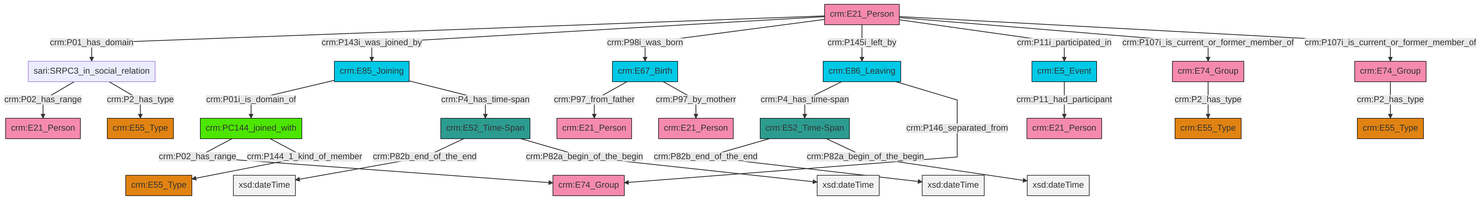
Before: et/personCSV/ttl/mmd/png/Person_Actor_Relations.png, a diagram exported from Mermaid (swiss-art-research-net/docs.swissartresearch). Its source is kept beside it as et/personCSV/ttl/mmd/Person_Actor_Relations.ttl.mmd.
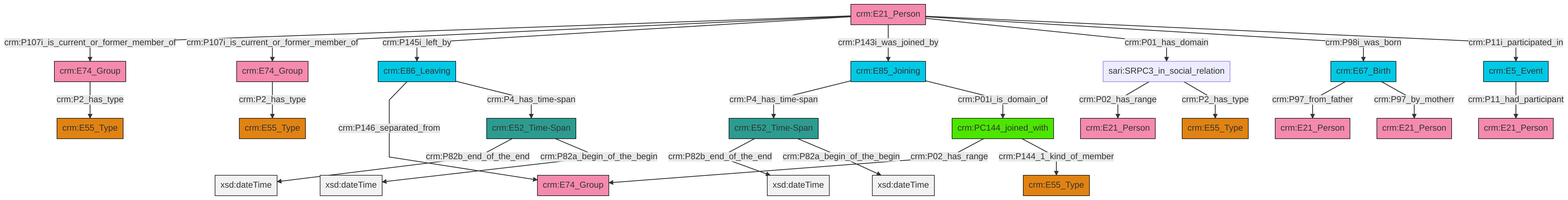
After the change.

What changed in the source:
```diff
@@ -13,27 +13,27 @@
 classDef PC_Classes fill:#4ce600, stroke:#000000;
 classDef Multi fill:#cccccc,stroke:#000000;
 
-0["crm:E5_Event"]:::Temporal_Entity -->|crm:P11_had_participant| 1["crm:E21_Person"]:::Actor
-10["crm:E67_Birth"]:::Temporal_Entity -->|crm:P97_from_father| 11["crm:E21_Person"]:::Actor
-14["crm:E52_Time-Span"]:::Time-Span -->|crm:P82b_end_of_the_end| 15[xsd:dateTime]:::Literal
-16["crm:E86_Leaving"]:::Temporal_Entity -->|crm:P4_has_time-span| 17["crm:E52_Time-Span"]:::Time-Span
-21["sari:SRPC3_in_social_relation"]:::Default -->|crm:P02_has_range| 22["crm:E21_Person"]:::Actor
-19["crm:E74_Group"]:::Actor -->|crm:P2_has_type| 6["crm:E55_Type"]:::Type
-25["crm:E21_Person"]:::Actor -->|crm:P01_has_domain| 21["sari:SRPC3_in_social_relation"]:::Default
-17["crm:E52_Time-Span"]:::Time-Span -->|crm:P82b_end_of_the_end| 28[xsd:dateTime]:::Literal
-26["crm:PC144_joined_with"]:::PC_Classes -->|crm:P02_has_range| 4["crm:E74_Group"]:::Actor
-16["crm:E86_Leaving"]:::Temporal_Entity -->|crm:P146_separated_from| 4["crm:E74_Group"]:::Actor
-10["crm:E67_Birth"]:::Temporal_Entity -->|crm:P97_by_motherr| 2["crm:E21_Person"]:::Actor
-36["crm:E85_Joining"]:::Temporal_Entity -->|crm:P01i_is_domain_of| 26["crm:PC144_joined_with"]:::PC_Classes
-25["crm:E21_Person"]:::Actor -->|crm:P143i_was_joined_by| 36["crm:E85_Joining"]:::Temporal_Entity
-17["crm:E52_Time-Span"]:::Time-Span -->|crm:P82a_begin_of_the_begin| 37[xsd:dateTime]:::Literal
-25["crm:E21_Person"]:::Actor -->|crm:P98i_was_born| 10["crm:E67_Birth"]:::Temporal_Entity
-25["crm:E21_Person"]:::Actor -->|crm:P145i_left_by| 16["crm:E86_Leaving"]:::Temporal_Entity
-25["crm:E21_Person"]:::Actor -->|crm:P11i_participated_in| 0["crm:E5_Event"]:::Temporal_Entity
-26["crm:PC144_joined_with"]:::PC_Classes -->|crm:P144_1_kind_of_member| 23["crm:E55_Type"]:::Type
-25["crm:E21_Person"]:::Actor -->|crm:P107i_is_current_or_former_member_of| 19["crm:E74_Group"]:::Actor
-36["crm:E85_Joining"]:::Temporal_Entity -->|crm:P4_has_time-span| 14["crm:E52_Time-Span"]:::Time-Span
-14["crm:E52_Time-Span"]:::Time-Span -->|crm:P82a_begin_of_the_begin| 40[xsd:dateTime]:::Literal
-25["crm:E21_Person"]:::Actor -->|crm:P107i_is_current_or_former_member_of| 8["crm:E74_Group"]:::Actor
-21["sari:SRPC3_in_social_relation"]:::Default -->|crm:P2_has_type| 34["crm:E55_Type"]:::Type
-8["crm:E74_Group"]:::Actor -->|crm:P2_has_type| 31["crm:E55_Type"]:::Type
+0["sari:SRPC3_in_social_relation"]:::Default -->|crm:P02_has_range| 1["crm:E21_Person"]:::Actor
+3["crm:E21_Person"]:::Actor -->|crm:P107i_is_current_or_former_member_of| 4["crm:E74_Group"]:::Actor
+7["crm:E67_Birth"]:::Temporal_Entity -->|crm:P97_from_father| 8["crm:E21_Person"]:::Actor
+9["crm:E52_Time-Span"]:::Time-Span -->|crm:P82b_end_of_the_end| 10[xsd:dateTime]:::Literal
+11["crm:E85_Joining"]:::Temporal_Entity -->|crm:P4_has_time-span| 9["crm:E52_Time-Span"]:::Time-Span
+11["crm:E85_Joining"]:::Temporal_Entity -->|crm:P01i_is_domain_of| 12["crm:PC144_joined_with"]:::PC_Classes
+3["crm:E21_Person"]:::Actor -->|crm:P107i_is_current_or_former_member_of| 13["crm:E74_Group"]:::Actor
+3["crm:E21_Person"]:::Actor -->|crm:P145i_left_by| 14["crm:E86_Leaving"]:::Temporal_Entity
+12["crm:PC144_joined_with"]:::PC_Classes -->|crm:P02_has_range| 18["crm:E74_Group"]:::Actor
+21["crm:E52_Time-Span"]:::Time-Span -->|crm:P82b_end_of_the_end| 22[xsd:dateTime]:::Literal
+21["crm:E52_Time-Span"]:::Time-Span -->|crm:P82a_begin_of_the_begin| 24[xsd:dateTime]:::Literal
+9["crm:E52_Time-Span"]:::Time-Span -->|crm:P82a_begin_of_the_begin| 30[xsd:dateTime]:::Literal
+12["crm:PC144_joined_with"]:::PC_Classes -->|crm:P144_1_kind_of_member| 5["crm:E55_Type"]:::Type
+7["crm:E67_Birth"]:::Temporal_Entity -->|crm:P97_by_motherr| 31["crm:E21_Person"]:::Actor
+3["crm:E21_Person"]:::Actor -->|crm:P143i_was_joined_by| 11["crm:E85_Joining"]:::Temporal_Entity
+0["sari:SRPC3_in_social_relation"]:::Default -->|crm:P2_has_type| 36["crm:E55_Type"]:::Type
+3["crm:E21_Person"]:::Actor -->|crm:P01_has_domain| 0["sari:SRPC3_in_social_relation"]:::Default
+14["crm:E86_Leaving"]:::Temporal_Entity -->|crm:P146_separated_from| 18["crm:E74_Group"]:::Actor
+14["crm:E86_Leaving"]:::Temporal_Entity -->|crm:P4_has_time-span| 21["crm:E52_Time-Span"]:::Time-Span
+19["crm:E5_Event"]:::Temporal_Entity -->|crm:P11_had_participant| 40["crm:E21_Person"]:::Actor
+3["crm:E21_Person"]:::Actor -->|crm:P98i_was_born| 7["crm:E67_Birth"]:::Temporal_Entity
+13["crm:E74_Group"]:::Actor -->|crm:P2_has_type| 16["crm:E55_Type"]:::Type
+3["crm:E21_Person"]:::Actor -->|crm:P11i_participated_in| 19["crm:E5_Event"]:::Temporal_Entity
+4["crm:E74_Group"]:::Actor -->|crm:P2_has_type| 27["crm:E55_Type"]:::Type
```
